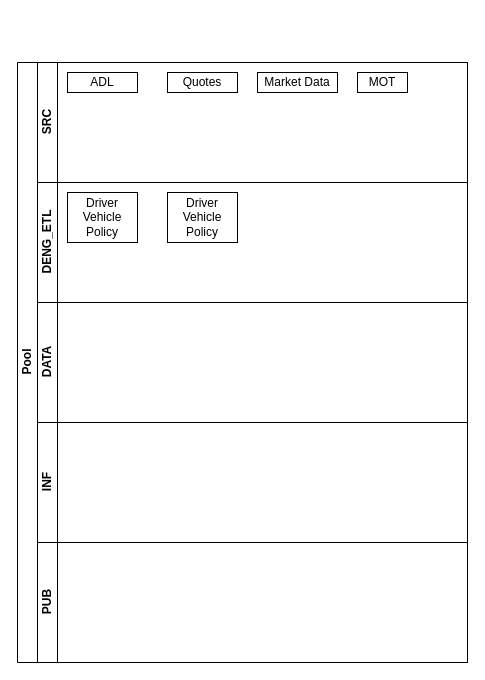
hello-ImAlbert/its-all-about-the-code keeps this draw.io diagram as Untitled Diagram.drawio. Above is the earlier version. Source tidied: cells renumbered, new cells numbered last; positions are measured from the earlier drawing's top-left corner, leaving out a move shared by most shapes. Both pictures are drawn from the tidied source at 100%, with x=0, y=0 at pixel (17, 62).
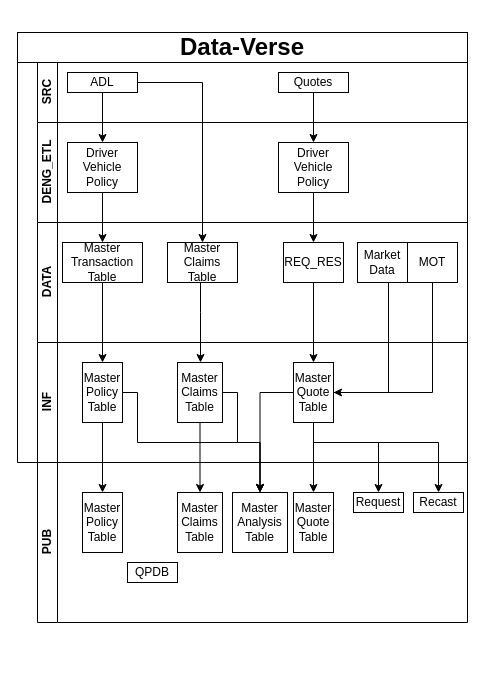
The same diagram, later.

Unchanged cells that the change refers to:
```xml
<mxCell id="4" value="ADL" style="rounded=0;whiteSpace=wrap;html=1;" parent="3" vertex="1">
  <mxGeometry x="30" y="10" width="70" height="20" as="geometry" />
</mxCell>
```

What changed in the source:
```diff
@@
-    <mxCell id="2" value="Pool" style="swimlane;html=1;horizontal=0;startSize=20;" parent="1" vertex="1">
-      <mxGeometry width="450" height="600" as="geometry" />
+    <mxCell id="2" style="swimlane;html=1;horizontal=0;startSize=20;" parent="1" vertex="1">
+      <mxGeometry width="450" height="400" as="geometry" />
     </mxCell>
     <mxCell id="3" value="SRC" style="swimlane;html=1;startSize=20;horizontal=0;" parent="2" vertex="1">
-      <mxGeometry x="20" width="430" height="120" as="geometry" />
+      <mxGeometry x="20" width="430" height="60" as="geometry" />
     </mxCell>
@@
     <mxCell id="5" value="Quotes" style="rounded=0;whiteSpace=wrap;html=1;" parent="3" vertex="1">
-      <mxGeometry x="130" y="10" width="70" height="20" as="geometry" />
+      <mxGeometry x="241" y="10" width="70" height="20" as="geometry" />
     </mxCell>
-    <mxCell id="6" value="Market Data" style="rounded=0;whiteSpace=wrap;html=1;" parent="3" vertex="1">
-      <mxGeometry x="220" y="10" width="80" height="20" as="geometry" />
-    </mxCell>
-    <mxCell id="7" value="MOT" style="rounded=0;whiteSpace=wrap;html=1;" parent="3" vertex="1">
-      <mxGeometry x="320" y="10" width="50" height="20" as="geometry" />
-    </mxCell>
     <mxCell id="8" value="DENG_ETL" style="swimlane;html=1;startSize=20;horizontal=0;" parent="2" vertex="1">
-      <mxGeometry x="20" y="120" width="430" height="120" as="geometry" />
+      <mxGeometry x="20" y="60" width="430" height="100" as="geometry" />
     </mxCell>
     <mxCell id="9" value="Driver&lt;br&gt;Vehicle&lt;br&gt;Policy" style="rounded=0;whiteSpace=wrap;html=1;" parent="8" vertex="1">
-      <mxGeometry x="30" y="10" width="70" height="50" as="geometry" />
+      <mxGeometry x="30" y="20" width="70" height="50" as="geometry" />
     </mxCell>
     <mxCell id="10" value="Driver&lt;br&gt;Vehicle&lt;br&gt;Policy" style="rounded=0;whiteSpace=wrap;html=1;" parent="8" vertex="1">
-      <mxGeometry x="130" y="10" width="70" height="50" as="geometry" />
+      <mxGeometry x="241" y="20" width="70" height="50" as="geometry" />
     </mxCell>
     <mxCell id="11" value="DATA" style="swimlane;html=1;startSize=20;horizontal=0;" parent="2" vertex="1">
-      <mxGeometry x="20" y="240" width="430" height="120" as="geometry" />
+      <mxGeometry x="20" y="160" width="430" height="120" as="geometry" />
     </mxCell>
+    <mxCell id="14" value="Master Transaction Table" style="rounded=0;whiteSpace=wrap;html=1;" parent="11" vertex="1">
+      <mxGeometry x="25" y="20" width="80" height="40" as="geometry" />
+    </mxCell>
+    <mxCell id="15" value="REQ_RES" style="rounded=0;whiteSpace=wrap;html=1;" parent="11" vertex="1">
+      <mxGeometry x="246" y="20" width="60" height="40" as="geometry" />
+    </mxCell>
+    <mxCell id="16" value="Master Claims Table" style="rounded=0;whiteSpace=wrap;html=1;" parent="11" vertex="1">
+      <mxGeometry x="130" y="20" width="70" height="40" as="geometry" />
+    </mxCell>
+    <mxCell id="6" value="Market Data" style="rounded=0;whiteSpace=wrap;html=1;" parent="11" vertex="1">
+      <mxGeometry x="320" y="20" width="50" height="40" as="geometry" />
+    </mxCell>
+    <mxCell id="7" value="MOT" style="rounded=0;whiteSpace=wrap;html=1;" parent="11" vertex="1">
+      <mxGeometry x="370" y="20" width="50" height="40" as="geometry" />
+    </mxCell>
+    <mxCell id="17" style="edgeStyle=orthogonalEdgeStyle;rounded=0;orthogonalLoop=1;jettySize=auto;html=1;" parent="11" edge="1">
+      <mxGeometry relative="1" as="geometry">
+        <mxPoint x="395" y="60" as="sourcePoint" />
+        <mxPoint x="280" y="170" as="targetPoint" />
+        <Array as="points">
+          <mxPoint x="395" y="170" />
+        </Array>
+      </mxGeometry>
+    </mxCell>
     <mxCell id="12" value="INF" style="swimlane;html=1;startSize=20;horizontal=0;" parent="2" vertex="1">
-      <mxGeometry x="20" y="360" width="430" height="120" as="geometry" />
+      <mxGeometry x="20" y="280" width="430" height="120" as="geometry" />
     </mxCell>
+    <mxCell id="18" value="Master Policy Table" style="rounded=0;whiteSpace=wrap;html=1;" parent="12" vertex="1">
+      <mxGeometry x="45" y="20" width="40" height="60" as="geometry" />
+    </mxCell>
+    <mxCell id="19" value="Master Quote Table" style="rounded=0;whiteSpace=wrap;html=1;" parent="12" vertex="1">
+      <mxGeometry x="256" y="20" width="40" height="60" as="geometry" />
+    </mxCell>
+    <mxCell id="20" value="Master Claims Table" style="rounded=0;whiteSpace=wrap;html=1;" parent="12" vertex="1">
+      <mxGeometry x="140" y="20" width="45" height="60" as="geometry" />
+    </mxCell>
+    <mxCell id="21" style="edgeStyle=orthogonalEdgeStyle;rounded=0;jettySize=auto;html=1;" parent="2" edge="1" source="4" target="9">
+      <mxGeometry relative="1" as="geometry" />
+    </mxCell>
+    <mxCell id="22" style="edgeStyle=orthogonalEdgeStyle;rounded=0;jettySize=auto;html=1;" parent="2" edge="1" source="5" target="10">
+      <mxGeometry relative="1" as="geometry" />
+    </mxCell>
+    <mxCell id="23" style="edgeStyle=orthogonalEdgeStyle;rounded=0;jettySize=auto;html=1;" parent="2" edge="1" source="9" target="14">
+      <mxGeometry relative="1" as="geometry" />
+    </mxCell>
+    <mxCell id="24" style="edgeStyle=orthogonalEdgeStyle;rounded=0;jettySize=auto;html=1;exitX=1;exitY=0.5;exitDx=0;exitDy=0;" parent="2" edge="1" source="4" target="16">
+      <mxGeometry relative="1" as="geometry" />
+    </mxCell>
+    <mxCell id="25" style="edgeStyle=orthogonalEdgeStyle;rounded=0;jettySize=auto;html=1;entryX=0.5;entryY=0;entryDx=0;entryDy=0;" parent="2" edge="1" source="10" target="15">
+      <mxGeometry relative="1" as="geometry" />
+    </mxCell>
+    <mxCell id="26" style="edgeStyle=orthogonalEdgeStyle;rounded=0;jettySize=auto;html=1;" parent="2" edge="1" source="14" target="18">
+      <mxGeometry relative="1" as="geometry" />
+    </mxCell>
+    <mxCell id="27" style="edgeStyle=orthogonalEdgeStyle;rounded=0;jettySize=auto;html=1;" parent="2" edge="1" source="16" target="20">
+      <mxGeometry relative="1" as="geometry">
+        <Array as="points">
+          <mxPoint x="183" y="250" />
+          <mxPoint x="183" y="250" />
+        </Array>
+      </mxGeometry>
+    </mxCell>
+    <mxCell id="28" style="edgeStyle=orthogonalEdgeStyle;rounded=0;jettySize=auto;html=1;" parent="2" edge="1" source="15" target="19">
+      <mxGeometry relative="1" as="geometry" />
+    </mxCell>
+    <mxCell id="29" style="edgeStyle=orthogonalEdgeStyle;rounded=0;jettySize=auto;html=1;entryX=1;entryY=0.5;entryDx=0;entryDy=0;" parent="2" edge="1" source="6" target="19">
+      <mxGeometry relative="1" as="geometry">
+        <Array as="points">
+          <mxPoint x="371" y="330" />
+        </Array>
+      </mxGeometry>
+    </mxCell>
+    <mxCell id="30" value="&lt;h1&gt;&lt;b&gt;Data-Verse&lt;/b&gt;&lt;/h1&gt;" style="rounded=0;whiteSpace=wrap;html=1;" parent="1" vertex="1">
+      <mxGeometry y="-30" width="450" height="30" as="geometry" />
+    </mxCell>
-    <mxCell id="13" value="PUB" style="swimlane;html=1;startSize=20;horizontal=0;" parent="2" vertex="1">
-      <mxGeometry x="20" y="480" width="430" height="120" as="geometry" />
+    <mxCell id="13" value="PUB" style="swimlane;html=1;startSize=20;horizontal=0;" parent="1" vertex="1">
+      <mxGeometry x="20" y="400" width="430" height="160" as="geometry" />
     </mxCell>
+    <mxCell id="31" value="Master Policy Table" style="rounded=0;whiteSpace=wrap;html=1;" parent="13" vertex="1">
+      <mxGeometry x="45" y="30" width="40" height="60" as="geometry" />
+    </mxCell>
+    <mxCell id="32" value="Master Quote Table" style="rounded=0;whiteSpace=wrap;html=1;" parent="13" vertex="1">
+      <mxGeometry x="256" y="30" width="40" height="60" as="geometry" />
+    </mxCell>
+    <mxCell id="33" value="Master Claims Table" style="rounded=0;whiteSpace=wrap;html=1;" parent="13" vertex="1">
+      <mxGeometry x="140" y="30" width="45" height="60" as="geometry" />
+    </mxCell>
+    <mxCell id="34" value="Request" style="rounded=0;whiteSpace=wrap;html=1;" parent="13" vertex="1">
+      <mxGeometry x="316" y="30" width="50" height="20" as="geometry" />
+    </mxCell>
+    <mxCell id="35" value="Recast" style="rounded=0;whiteSpace=wrap;html=1;" parent="13" vertex="1">
+      <mxGeometry x="376" y="30" width="50" height="20" as="geometry" />
+    </mxCell>
+    <mxCell id="36" value="Master Analysis Table" style="rounded=0;whiteSpace=wrap;html=1;" parent="13" vertex="1">
+      <mxGeometry x="195" y="30" width="55" height="60" as="geometry" />
+    </mxCell>
+    <mxCell id="37" value="QPDB" style="rounded=0;whiteSpace=wrap;html=1;" parent="13" vertex="1">
+      <mxGeometry x="90" y="100" width="50" height="20" as="geometry" />
+    </mxCell>
+    <mxCell id="38" style="edgeStyle=orthogonalEdgeStyle;rounded=0;jettySize=auto;html=1;" parent="1" edge="1" source="18" target="31">
+      <mxGeometry relative="1" as="geometry" />
+    </mxCell>
+    <mxCell id="39" style="edgeStyle=orthogonalEdgeStyle;rounded=0;jettySize=auto;html=1;" parent="1" edge="1" source="19" target="32">
+      <mxGeometry relative="1" as="geometry" />
+    </mxCell>
+    <mxCell id="40" style="edgeStyle=orthogonalEdgeStyle;rounded=0;jettySize=auto;html=1;" parent="1" edge="1" source="20" target="33">
+      <mxGeometry relative="1" as="geometry" />
+    </mxCell>
+    <mxCell id="41" style="edgeStyle=orthogonalEdgeStyle;rounded=0;jettySize=auto;html=1;" parent="1" edge="1" source="19" target="34">
+      <mxGeometry relative="1" as="geometry">
+        <Array as="points">
+          <mxPoint x="296" y="380" />
+          <mxPoint x="361" y="380" />
+        </Array>
+      </mxGeometry>
+    </mxCell>
+    <mxCell id="42" style="edgeStyle=orthogonalEdgeStyle;rounded=0;jettySize=auto;html=1;" parent="1" edge="1" source="19" target="35">
+      <mxGeometry relative="1" as="geometry">
+        <Array as="points">
+          <mxPoint x="296" y="380" />
+          <mxPoint x="421" y="380" />
+        </Array>
+      </mxGeometry>
+    </mxCell>
+    <mxCell id="43" style="edgeStyle=orthogonalEdgeStyle;rounded=0;jettySize=auto;html=1;entryX=0.5;entryY=0;entryDx=0;entryDy=0;" parent="1" edge="1" source="18" target="36">
+      <mxGeometry relative="1" as="geometry">
+        <Array as="points">
+          <mxPoint x="120" y="330" />
+          <mxPoint x="120" y="380" />
+          <mxPoint x="243" y="380" />
+        </Array>
+      </mxGeometry>
+    </mxCell>
+    <mxCell id="44" style="edgeStyle=orthogonalEdgeStyle;rounded=0;jettySize=auto;html=1;entryX=0.5;entryY=0;entryDx=0;entryDy=0;" parent="1" edge="1" source="20" target="36">
+      <mxGeometry relative="1" as="geometry">
+        <Array as="points">
+          <mxPoint x="220" y="330" />
+          <mxPoint x="220" y="380" />
+          <mxPoint x="243" y="380" />
+        </Array>
+      </mxGeometry>
+    </mxCell>
+    <mxCell id="45" style="edgeStyle=orthogonalEdgeStyle;rounded=0;jettySize=auto;html=1;entryX=0.5;entryY=0;entryDx=0;entryDy=0;" parent="1" edge="1" source="19" target="36">
+      <mxGeometry relative="1" as="geometry" />
+    </mxCell>
```
